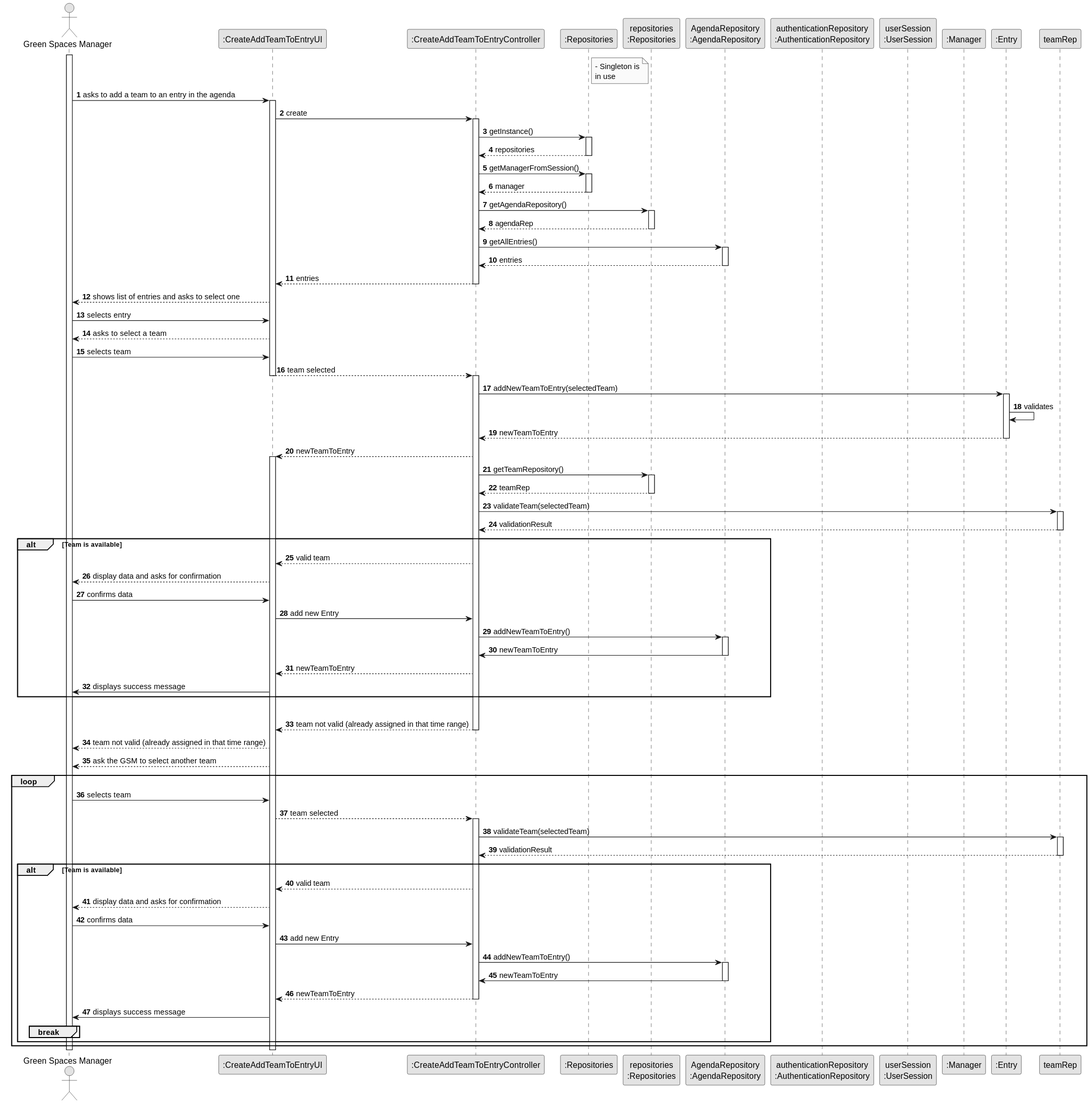
Before: docs/sprintC/us23/03.design/svg/us23-sequence-diagram-full.svg, a diagram exported from PlantUML (Paulo-Pereira-at-ISEP/lei-24-s2-1nanb-g321).
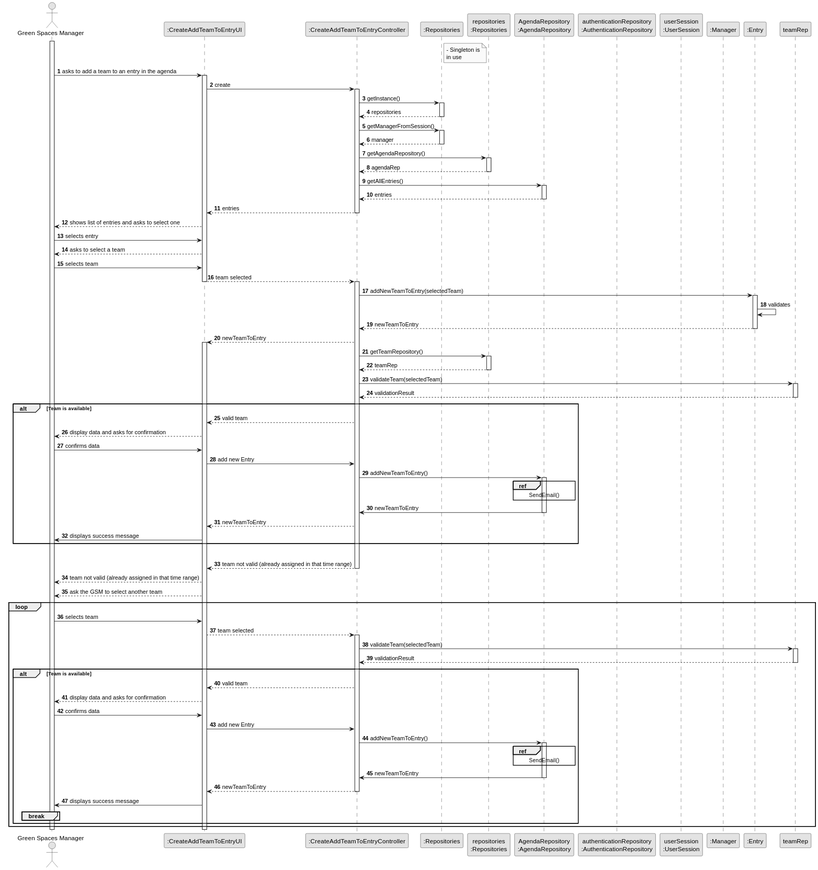
The same diagram one commit later.

What changed in the source:
```diff
@@ -96,7 +96,9 @@
     UI -> controller : add new Entry
     controller -> agendaRep : addNewTeamToEntry()
     activate agendaRep
+ref over agendaRep : SendEmail()
     agendaRep -> controller : newTeamToEntry
+
     deactivate agendaRep
     controller --> UI : newTeamToEntry
 
@@ -112,8 +114,10 @@
         GSM -> UI : selects team
         UI --> controller : team selected
         activate controller
+
         controller -> teamRep : validateTeam(selectedTeam)
         activate teamRep
+
         teamRep --> controller : validationResult
         deactivate teamRep
 
@@ -121,9 +125,14 @@
             controller --> UI : valid team
             UI --> GSM : display data and asks for confirmation
             GSM -> UI : confirms data
+
             UI -> controller : add new Entry
+
+
             controller -> agendaRep : addNewTeamToEntry()
             activate agendaRep
+
+            ref over agendaRep : SendEmail()
             agendaRep -> controller : newTeamToEntry
             deactivate agendaRep
             controller --> UI : newTeamToEntry
```
